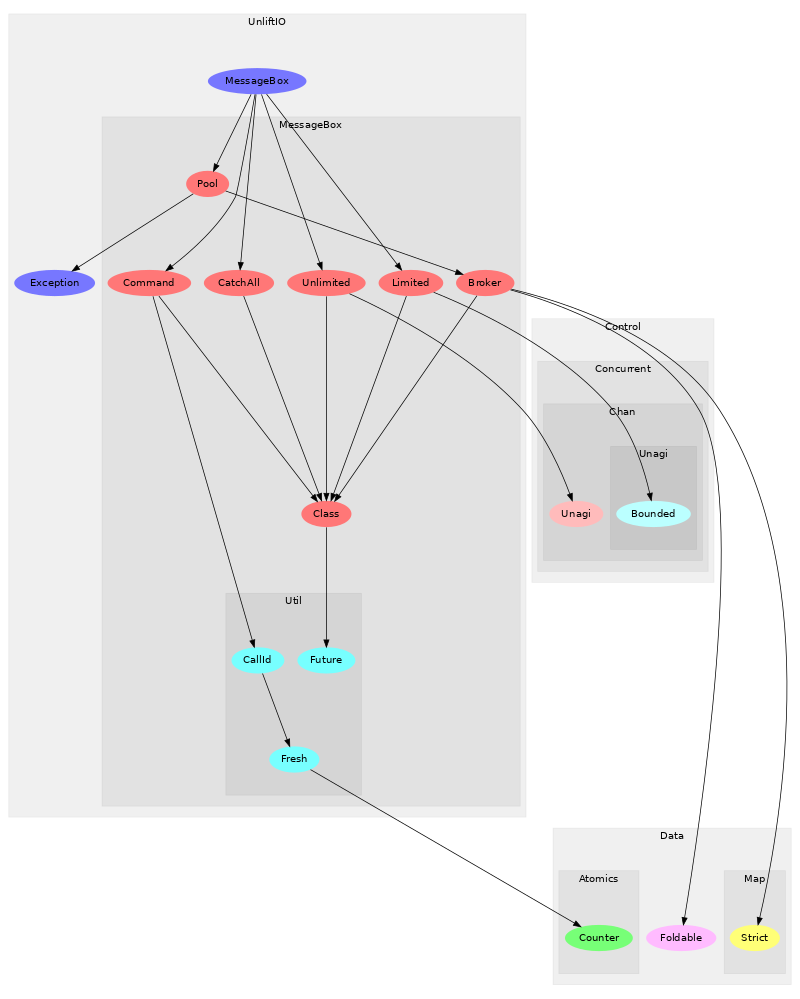
This is generated-reports/module-graph/module-graph.png from sheyll/unliftio-messagebox, a Graphviz export, as it was before one commit. Its source is kept beside it as generated-reports/module-graph/module-graph.dot.
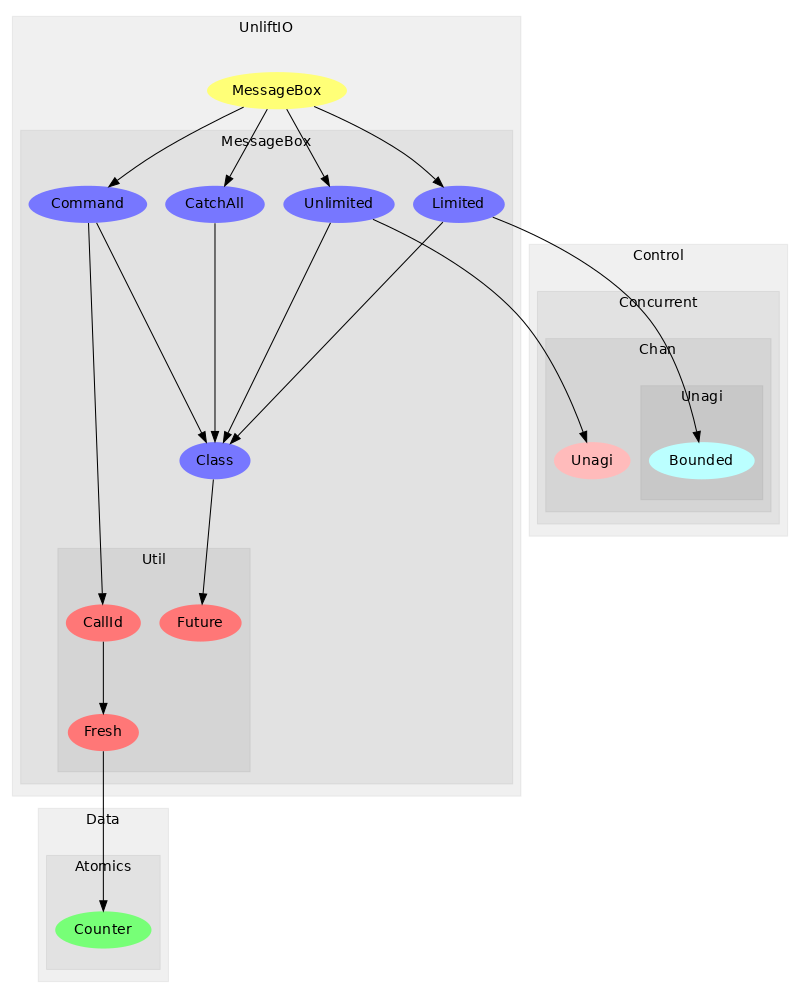
After the commit.

Diff of the diagram source:
```diff
@@ -13,12 +13,12 @@
 label="Chan";
 color="#0000000F";
 style="filled";
-u16[label="Unagi",style="filled",fillcolor="#ffbbbb",penwidth="0"];
+u11[label="Unagi",style="filled",fillcolor="#ffbbbb",penwidth="0"];
 subgraph cluster_3 {
 label="Unagi";
 color="#0000000F";
 style="filled";
-u12[label="Bounded",style="filled",fillcolor="#bbffff",penwidth="0"];
+u9[label="Bounded",style="filled",fillcolor="#bbffff",penwidth="0"];
 
 }
 
@@ -31,72 +31,55 @@
 label="Data";
 color="#0000000F";
 style="filled";
-u2[label="Foldable",style="filled",fillcolor="#ffbbff",penwidth="0"];
 subgraph cluster_5 {
 label="Atomics";
 color="#0000000F";
 style="filled";
-u10[label="Counter",style="filled",fillcolor="#77ff77",penwidth="0"];
-
-}
-subgraph cluster_6 {
-label="Map";
-color="#0000000F";
-style="filled";
-u3[label="Strict",style="filled",fillcolor="#ffff77",penwidth="0"];
+u7[label="Counter",style="filled",fillcolor="#77ff77",penwidth="0"];
 
 }
 
 }
-subgraph cluster_7 {
+subgraph cluster_6 {
 label="UnliftIO";
 color="#0000000F";
 style="filled";
-u14[label="Exception",style="filled",fillcolor="#7777ff",penwidth="0"];
-u0[label="MessageBox",style="filled",fillcolor="#7777ff",penwidth="0"];
-subgraph cluster_8 {
+u0[label="MessageBox",style="filled",fillcolor="#ffff77",penwidth="0"];
+subgraph cluster_7 {
 label="MessageBox";
 color="#0000000F";
 style="filled";
-u15[label="Unlimited",style="filled",fillcolor="#ff7777",penwidth="0"];
-u13[label="Pool",style="filled",fillcolor="#ff7777",penwidth="0"];
-u11[label="Limited",style="filled",fillcolor="#ff7777",penwidth="0"];
-u7[label="Command",style="filled",fillcolor="#ff7777",penwidth="0"];
-u6[label="CatchAll",style="filled",fillcolor="#ff7777",penwidth="0"];
-u4[label="Class",style="filled",fillcolor="#ff7777",penwidth="0"];
-u1[label="Broker",style="filled",fillcolor="#ff7777",penwidth="0"];
-subgraph cluster_9 {
+u10[label="Unlimited",style="filled",fillcolor="#7777ff",penwidth="0"];
+u8[label="Limited",style="filled",fillcolor="#7777ff",penwidth="0"];
+u4[label="Command",style="filled",fillcolor="#7777ff",penwidth="0"];
+u3[label="Class",style="filled",fillcolor="#7777ff",penwidth="0"];
+u1[label="CatchAll",style="filled",fillcolor="#7777ff",penwidth="0"];
+subgraph cluster_8 {
 label="Util";
 color="#0000000F";
 style="filled";
-u9[label="Fresh",style="filled",fillcolor="#77ffff",penwidth="0"];
-u8[label="CallId",style="filled",fillcolor="#77ffff",penwidth="0"];
-u5[label="Future",style="filled",fillcolor="#77ffff",penwidth="0"];
+u6[label="Fresh",style="filled",fillcolor="#ff7777",penwidth="0"];
+u5[label="CallId",style="filled",fillcolor="#ff7777",penwidth="0"];
+u2[label="Future",style="filled",fillcolor="#ff7777",penwidth="0"];
 
 }
 
 }
 
 }
-u0 -> u6;
-u0 -> u7;
-u0 -> u11;
-u0 -> u13;
-u0 -> u15;
-u1 -> u2;
+u0 -> u1;
+u0 -> u4;
+u0 -> u8;
+u0 -> u10;
 u1 -> u3;
-u1 -> u4;
+u3 -> u2;
+u4 -> u3;
 u4 -> u5;
-u6 -> u4;
-u7 -> u4;
-u7 -> u8;
+u5 -> u6;
+u6 -> u7;
+u8 -> u3;
 u8 -> u9;
-u9 -> u10;
-u11 -> u4;
-u11 -> u12;
-u13 -> u1;
-u13 -> u14;
-u15 -> u4;
-u15 -> u16;
+u10 -> u3;
+u10 -> u11;
 
 }
```
